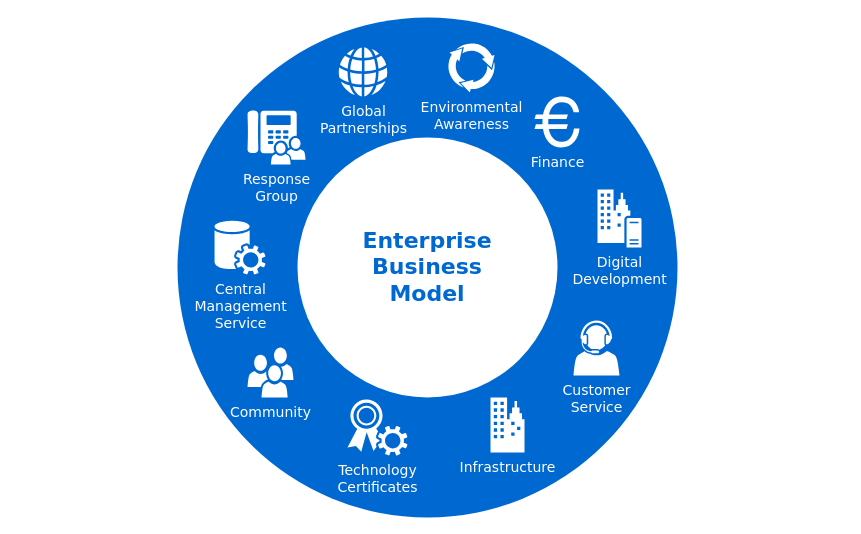
Above: common/Untitled Diagram.drawio in zhangxueren/drawio (draw.io), before the change. Source tidied: cells renumbered, new cells numbered last; positions are measured from the earlier drawing's top-left corner, leaving out a move shared by most shapes. Both pictures are drawn from the tidied source at 100%, with x=0, y=0 at pixel (177, 17).
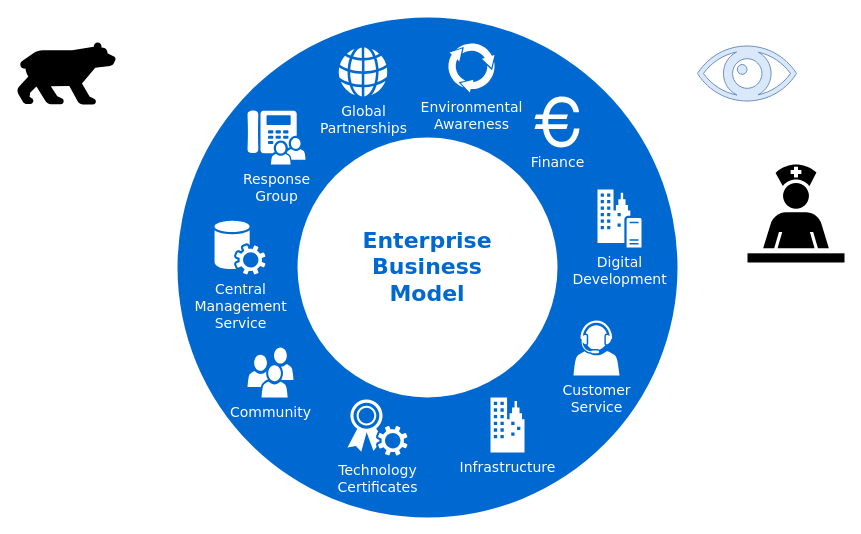
The same page after the edit.

Change to the diagram source:
```diff
@@
 <mxGraphModel>
   <root>
     <mxCell id="0" />
     <mxCell id="1" parent="0" />
     <mxCell id="2" style="ellipse;whiteSpace=wrap;html=1;rounded=0;shadow=0;comic=0;strokeWidth=1;fontFamily=Verdana;fontSize=14;strokeColor=none;fillColor=#0069D1;" parent="1" vertex="1">
       <mxGeometry width="500" height="500" as="geometry" />
     </mxCell>
     <mxCell id="3" value="Enterprise&lt;div&gt;Business&lt;/div&gt;&lt;div&gt;Model&lt;/div&gt;" style="ellipse;whiteSpace=wrap;html=1;rounded=0;shadow=0;comic=0;strokeWidth=1;fontFamily=Verdana;fontSize=22;strokeColor=none;fillColor=#ffffff;fontColor=#0069D1;fontStyle=1;" parent="1" vertex="1">
       <mxGeometry x="120" y="120" width="260" height="260" as="geometry" />
     </mxCell>
     <mxCell id="4" value="Community" style="shadow=0;dashed=0;html=1;strokeColor=none;fillColor=#ffffff;labelPosition=center;verticalLabelPosition=bottom;verticalAlign=top;shape=mxgraph.office.users.users;rounded=0;comic=0;fontFamily=Verdana;fontSize=14;fontColor=#FFFFFF;" parent="1" vertex="1">
       <mxGeometry x="70" y="330" width="46" height="50" as="geometry" />
     </mxCell>
     <mxCell id="5" value="Customer&lt;div&gt;Service&lt;/div&gt;" style="shadow=0;dashed=0;html=1;strokeColor=none;fillColor=#ffffff;labelPosition=center;verticalLabelPosition=bottom;verticalAlign=top;shape=mxgraph.office.users.call_center_agent;rounded=0;comic=0;fontFamily=Verdana;fontSize=14;fontColor=#FFFFFF;" parent="1" vertex="1">
       <mxGeometry x="396" y="303" width="46" height="55" as="geometry" />
     </mxCell>
     <mxCell id="6" value="Response&lt;div&gt;Group&lt;/div&gt;" style="shadow=0;dashed=0;html=1;strokeColor=none;fillColor=#ffffff;labelPosition=center;verticalLabelPosition=bottom;verticalAlign=top;shape=mxgraph.office.users.response_group;rounded=0;comic=0;fontFamily=Verdana;fontSize=14;fontColor=#FFFFFF;" parent="1" vertex="1">
       <mxGeometry x="70" y="93" width="58" height="54" as="geometry" />
     </mxCell>
     <mxCell id="7" value="Central&lt;div&gt;Management&lt;/div&gt;&lt;div&gt;Service&lt;/div&gt;" style="shadow=0;dashed=0;html=1;strokeColor=none;fillColor=#ffffff;labelPosition=center;verticalLabelPosition=bottom;verticalAlign=top;shape=mxgraph.office.services.central_management_service;rounded=0;comic=0;fontFamily=Verdana;fontSize=14;fontColor=#FFFFFF;" parent="1" vertex="1">
       <mxGeometry x="37" y="203" width="51" height="54" as="geometry" />
     </mxCell>
     <mxCell id="8" value="Digital&lt;div&gt;Development&lt;/div&gt;" style="shadow=0;dashed=0;html=1;strokeColor=none;fillColor=#ffffff;labelPosition=center;verticalLabelPosition=bottom;verticalAlign=top;shape=mxgraph.office.servers.on_premises_server;rounded=0;comic=0;fontFamily=Verdana;fontSize=14;fontColor=#FFFFFF;" parent="1" vertex="1">
       <mxGeometry x="420" y="172" width="44" height="58" as="geometry" />
     </mxCell>
     <mxCell id="9" value="Technology&lt;div&gt;Certificates&lt;/div&gt;" style="shadow=0;dashed=0;html=1;strokeColor=none;fillColor=#ffffff;labelPosition=center;verticalLabelPosition=bottom;verticalAlign=top;shape=mxgraph.office.security.token_service;rounded=0;comic=0;fontFamily=Verdana;fontSize=14;fontColor=#FFFFFF;" parent="1" vertex="1">
       <mxGeometry x="170" y="382" width="60" height="56" as="geometry" />
     </mxCell>
     <mxCell id="10" value="Infrastructure" style="shadow=0;dashed=0;html=1;strokeColor=none;fillColor=#ffffff;labelPosition=center;verticalLabelPosition=bottom;verticalAlign=top;shape=mxgraph.office.concepts.on_premises;rounded=0;comic=0;fontFamily=Verdana;fontSize=14;fontColor=#FFFFFF;" parent="1" vertex="1">
       <mxGeometry x="313" y="380" width="34" height="55" as="geometry" />
     </mxCell>
     <mxCell id="11" value="Global&lt;div&gt;Partnerships&lt;/div&gt;" style="shadow=0;dashed=0;html=1;strokeColor=none;fillColor=#ffffff;labelPosition=center;verticalLabelPosition=bottom;verticalAlign=top;shape=mxgraph.office.concepts.globe_internet;rounded=0;comic=0;fontFamily=Verdana;fontSize=14;fontColor=#FFFFFF;" parent="1" vertex="1">
       <mxGeometry x="161" y="30" width="49" height="49" as="geometry" />
     </mxCell>
     <mxCell id="12" value="Environmental&lt;div&gt;Awareness&lt;/div&gt;" style="shadow=0;dashed=0;html=1;strokeColor=none;shape=mxgraph.mscae.general.continuous_cycle;fillColor=#ffffff;rounded=0;comic=0;fontFamily=Verdana;fontSize=14;fontColor=#FFFFFF;verticalAlign=top;labelPosition=center;verticalLabelPosition=bottom;align=center;" parent="1" vertex="1">
       <mxGeometry x="270" y="25" width="48" height="50" as="geometry" />
     </mxCell>
     <mxCell id="13" value="Finance" style="shape=mxgraph.signs.travel.euro;html=1;fillColor=#ffffff;strokeColor=none;verticalLabelPosition=bottom;verticalAlign=top;align=center;rounded=0;shadow=0;dashed=0;comic=0;fontFamily=Verdana;fontSize=14;fontColor=#FFFFFF;" parent="1" vertex="1">
       <mxGeometry x="357" y="79" width="45" height="51" as="geometry" />
     </mxCell>
+    <mxCell id="14" style="shape=mxgraph.signs.animals.bear_1;html=1;fillColor=#000000;strokeColor=none;verticalLabelPosition=bottom;verticalAlign=top;align=center;sketch=0;" parent="1" vertex="1">
+      <mxGeometry x="-160" y="25" width="98" height="62" as="geometry" />
+    </mxCell>
+    <mxCell id="15" style="shape=mxgraph.signs.healthcare.eye;html=1;fillColor=#dae8fc;strokeColor=#6c8ebf;verticalLabelPosition=bottom;verticalAlign=top;align=center;sketch=0;" parent="1" vertex="1">
+      <mxGeometry x="520" y="28.5" width="99" height="55" as="geometry" />
+    </mxCell>
+    <mxCell id="16" style="shape=mxgraph.signs.healthcare.care_staff_area;html=1;fillColor=#000000;strokeColor=none;verticalLabelPosition=bottom;verticalAlign=top;align=center;sketch=0;" parent="1" vertex="1">
+      <mxGeometry x="570" y="147" width="97" height="98" as="geometry" />
+    </mxCell>
   </root>
 </mxGraphModel>
```
